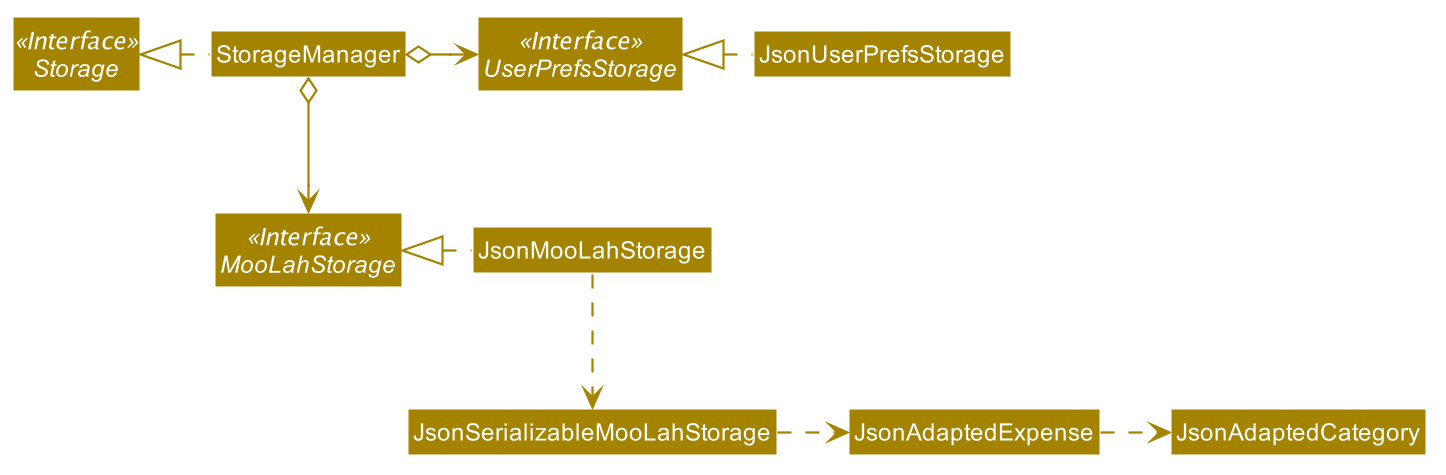
The PlantUML diagram docs/images/StorageClassDiagram.png in nus-cs2103-AY1920S1/addressbook-level3, before a commit.
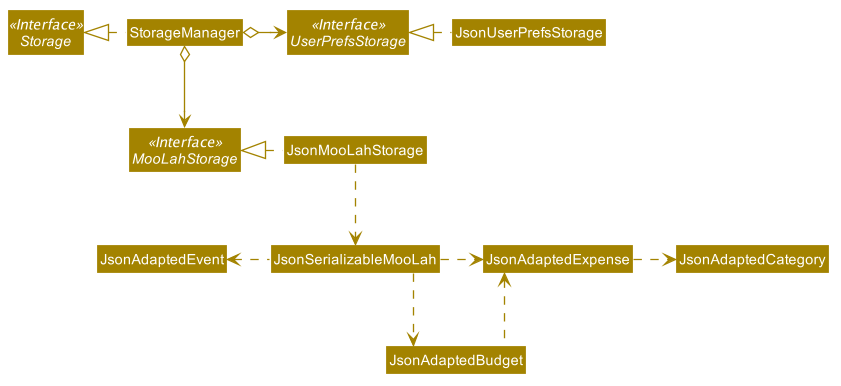
Later version of the same file.

Commit message:
Update model and logic diagram

Change to the diagram source:
```diff
@@ -50,6 +50,8 @@
 skinparam arrowThickness 1.1
 skinparam arrowColor #A38300
 skinparam classBackgroundColor #A38300
+skinparam linetype ortho
+
 
 Interface Storage <<Interface>>
 Interface UserPrefsStorage <<Interface>>
@@ -65,7 +67,10 @@
 
 JsonUserPrefsStorage .left.|> UserPrefsStorage
 JsonMooLahStorage .left.|> MooLahStorage
-JsonMooLahStorage .down.> JsonSerializableMooLahStorage
-JsonSerializableMooLahStorage .right.> JsonAdaptedExpense
+JsonMooLahStorage .down.> JsonSerializableMooLah
+JsonSerializableMooLah ..> JsonAdaptedBudget
+JsonAdaptedBudget .left.> JsonAdaptedExpense
+JsonSerializableMooLah .left.> JsonAdaptedEvent
+JsonSerializableMooLah .right.> JsonAdaptedExpense
 JsonAdaptedExpense .right.> JsonAdaptedCategory
 @enduml
```
